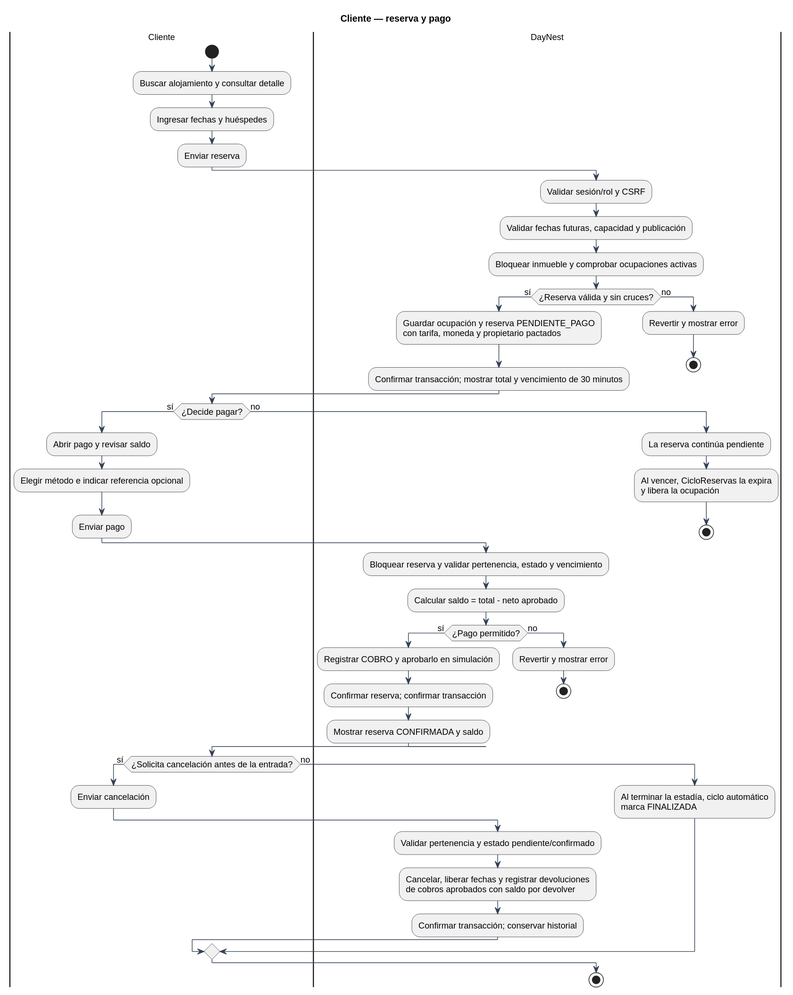
This is docs/diagramas/13_actividad_reserva_pago.svg from Davidjp11p07/DayNest, a PlantUML export, as it was before one commit.
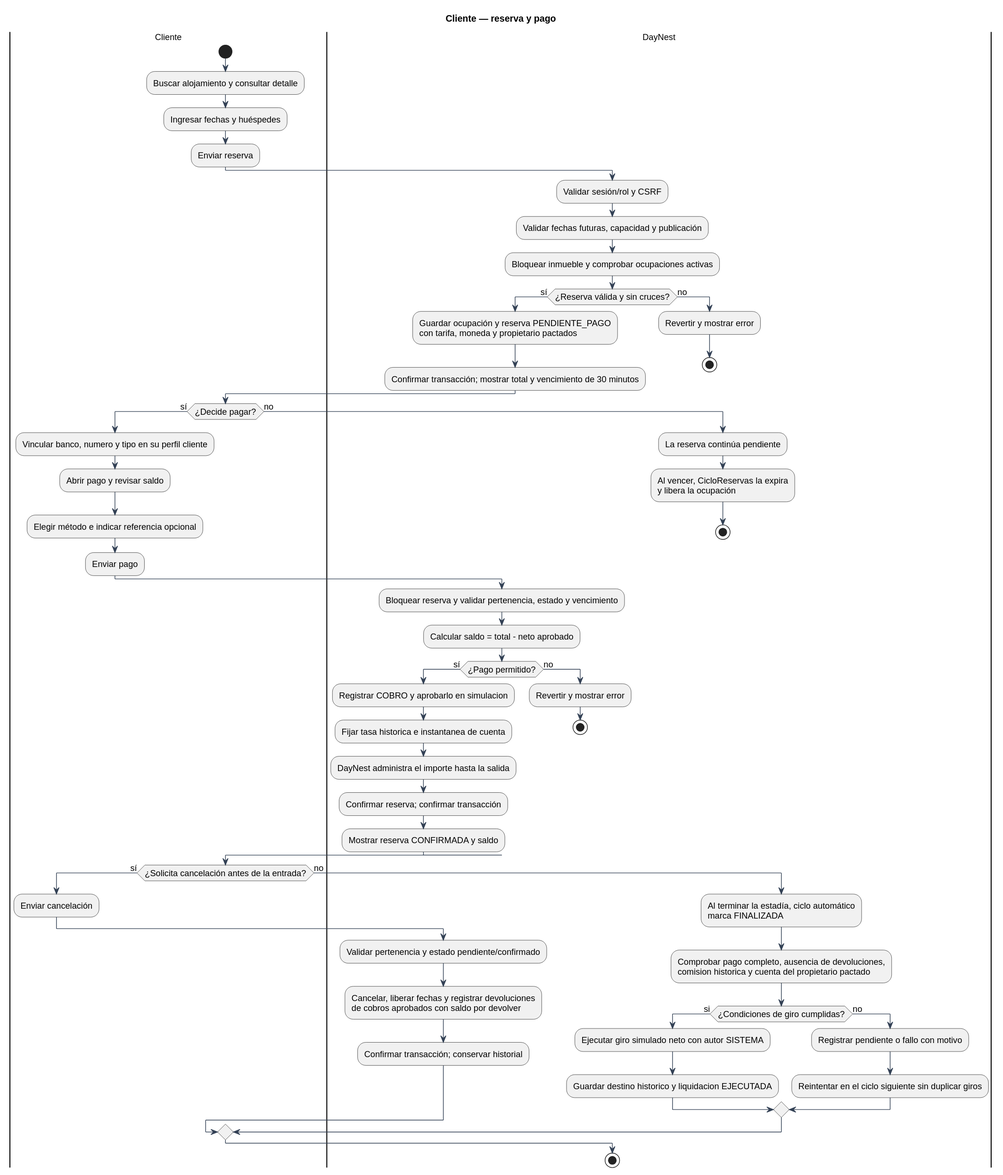
Above is the later version.

The edit, as a diff of the source:
```diff
@@ -1,4 +1,5 @@
 @startuml
+skinparamlocked metana null
 !include estilo.iuml
 title Cliente — reserva y pago
 |Cliente|
@@ -20,14 +21,17 @@
 endif
 |Cliente|
 if (¿Decide pagar?) then (sí)
-  :Abrir pago y revisar saldo;
+  :Vincular banco, numero y tipo en su perfil cliente;
+:Abrir pago y revisar saldo;
   :Elegir método e indicar referencia opcional;
   :Enviar pago;
   |DayNest|
   :Bloquear reserva y validar pertenencia, estado y vencimiento;
   :Calcular saldo = total - neto aprobado;
   if (¿Pago permitido?) then (sí)
-    :Registrar COBRO y aprobarlo en simulación;
+    :Registrar COBRO y aprobarlo en simulacion;
+    :Fijar tasa historica e instantanea de cuenta;
+    :DayNest administra el importe hasta la salida;
     :Confirmar reserva; confirmar transacción;
     :Mostrar reserva CONFIRMADA y saldo;
   else (no)
@@ -53,6 +57,15 @@
   |DayNest|
   :Al terminar la estadía, ciclo automático
 marca FINALIZADA;
+  :Comprobar pago completo, ausencia de devoluciones,
+comision historica y cuenta del propietario pactado;
+  if (¿Condiciones de giro cumplidas?) then (si)
+    :Ejecutar giro simulado neto con autor SISTEMA;
+    :Guardar destino historico y liquidacion EJECUTADA;
+  else (no)
+    :Registrar pendiente o fallo con motivo;
+    :Reintentar en el ciclo siguiente sin duplicar giros;
+  endif
 endif
 stop
 @enduml
```
